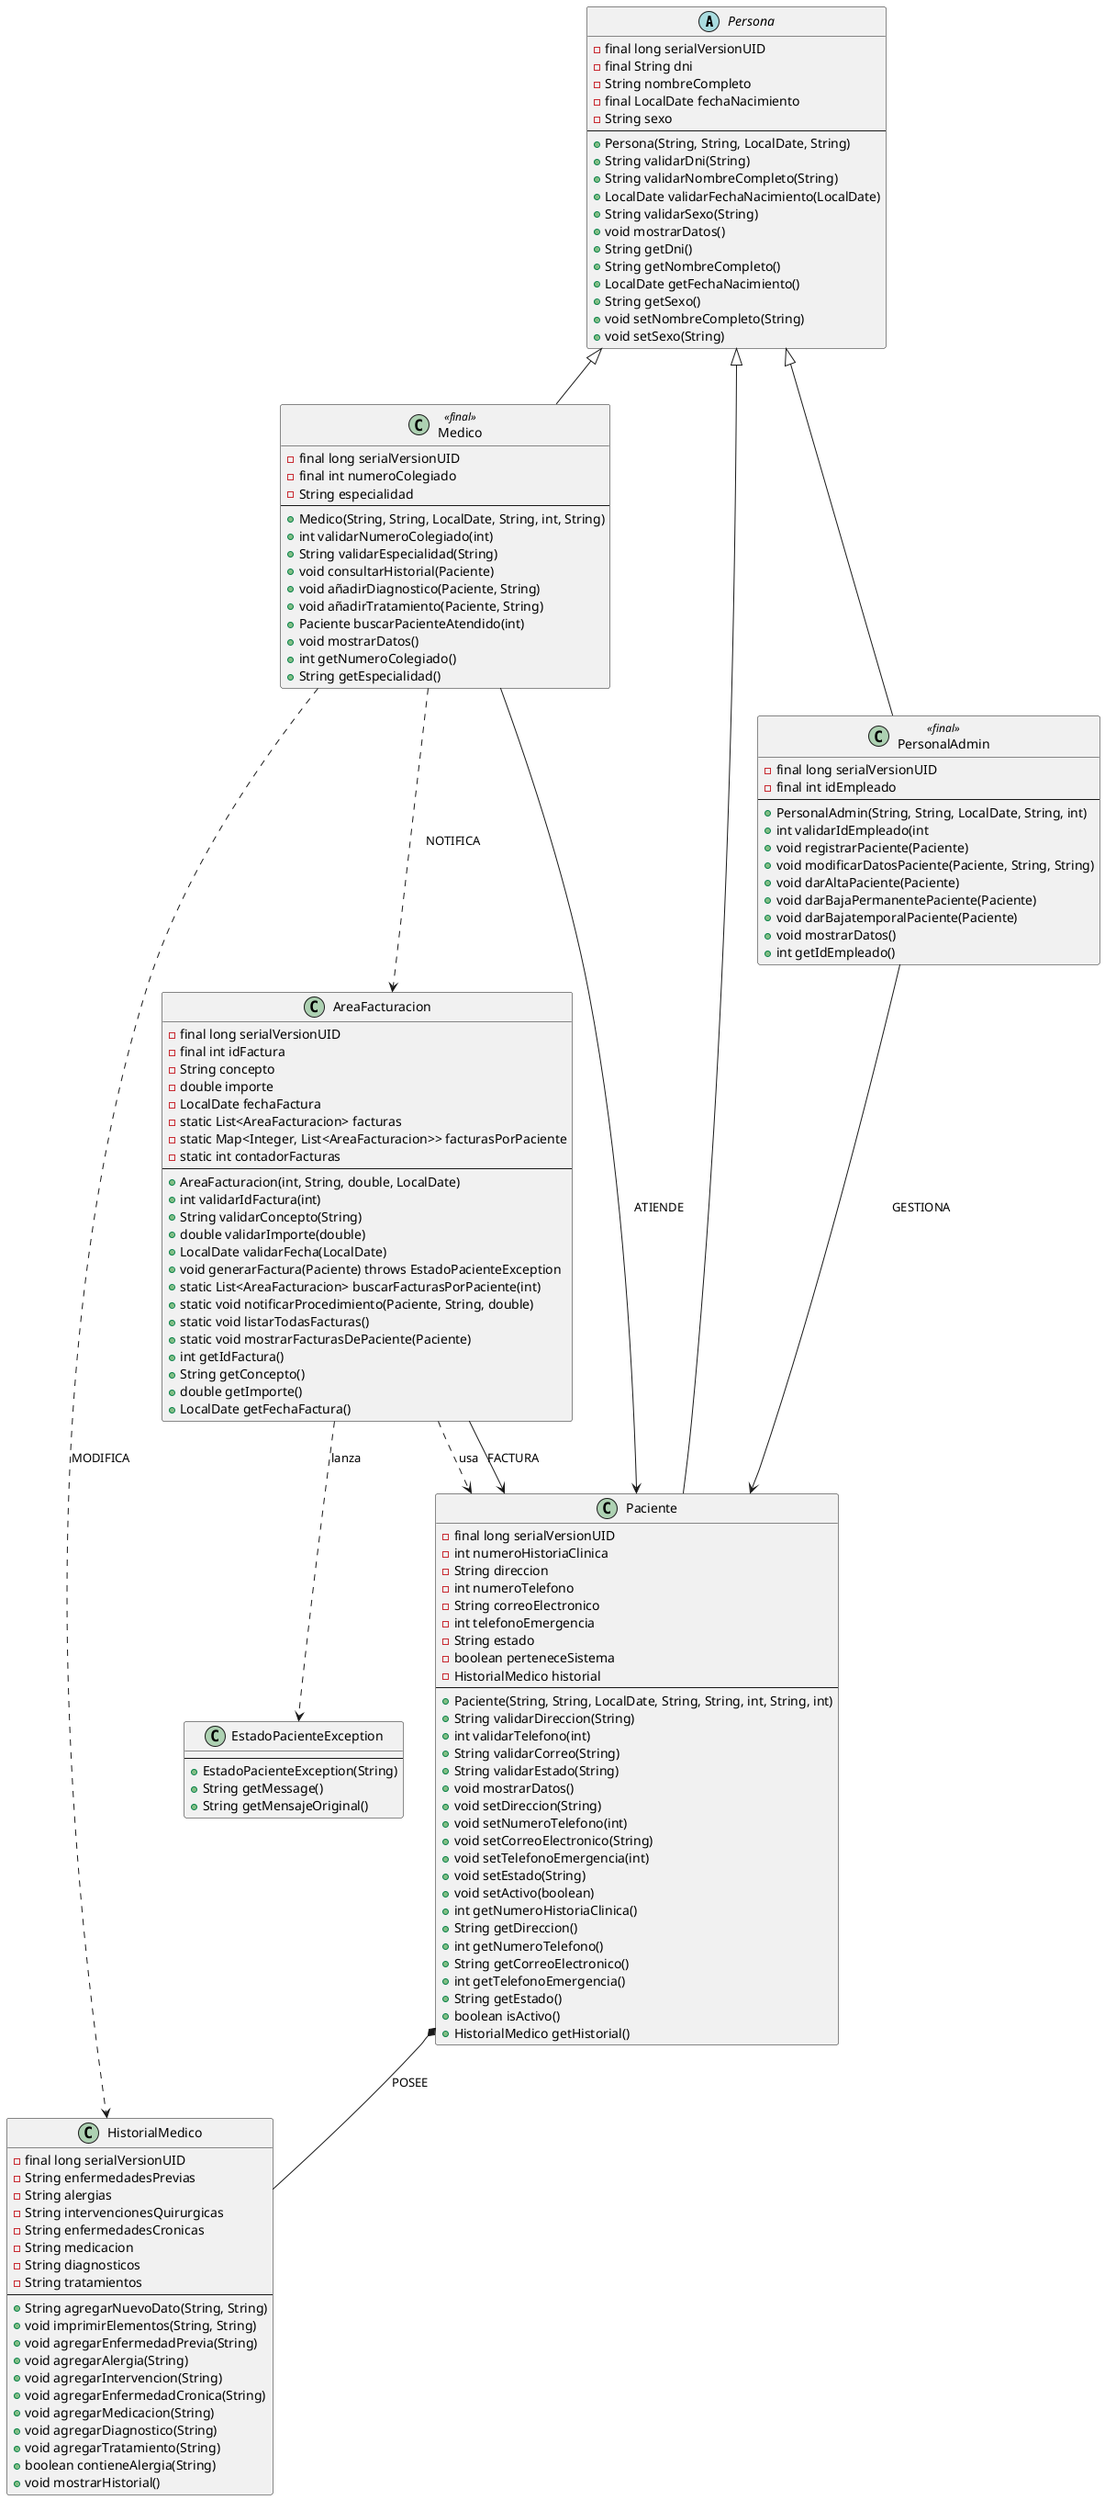
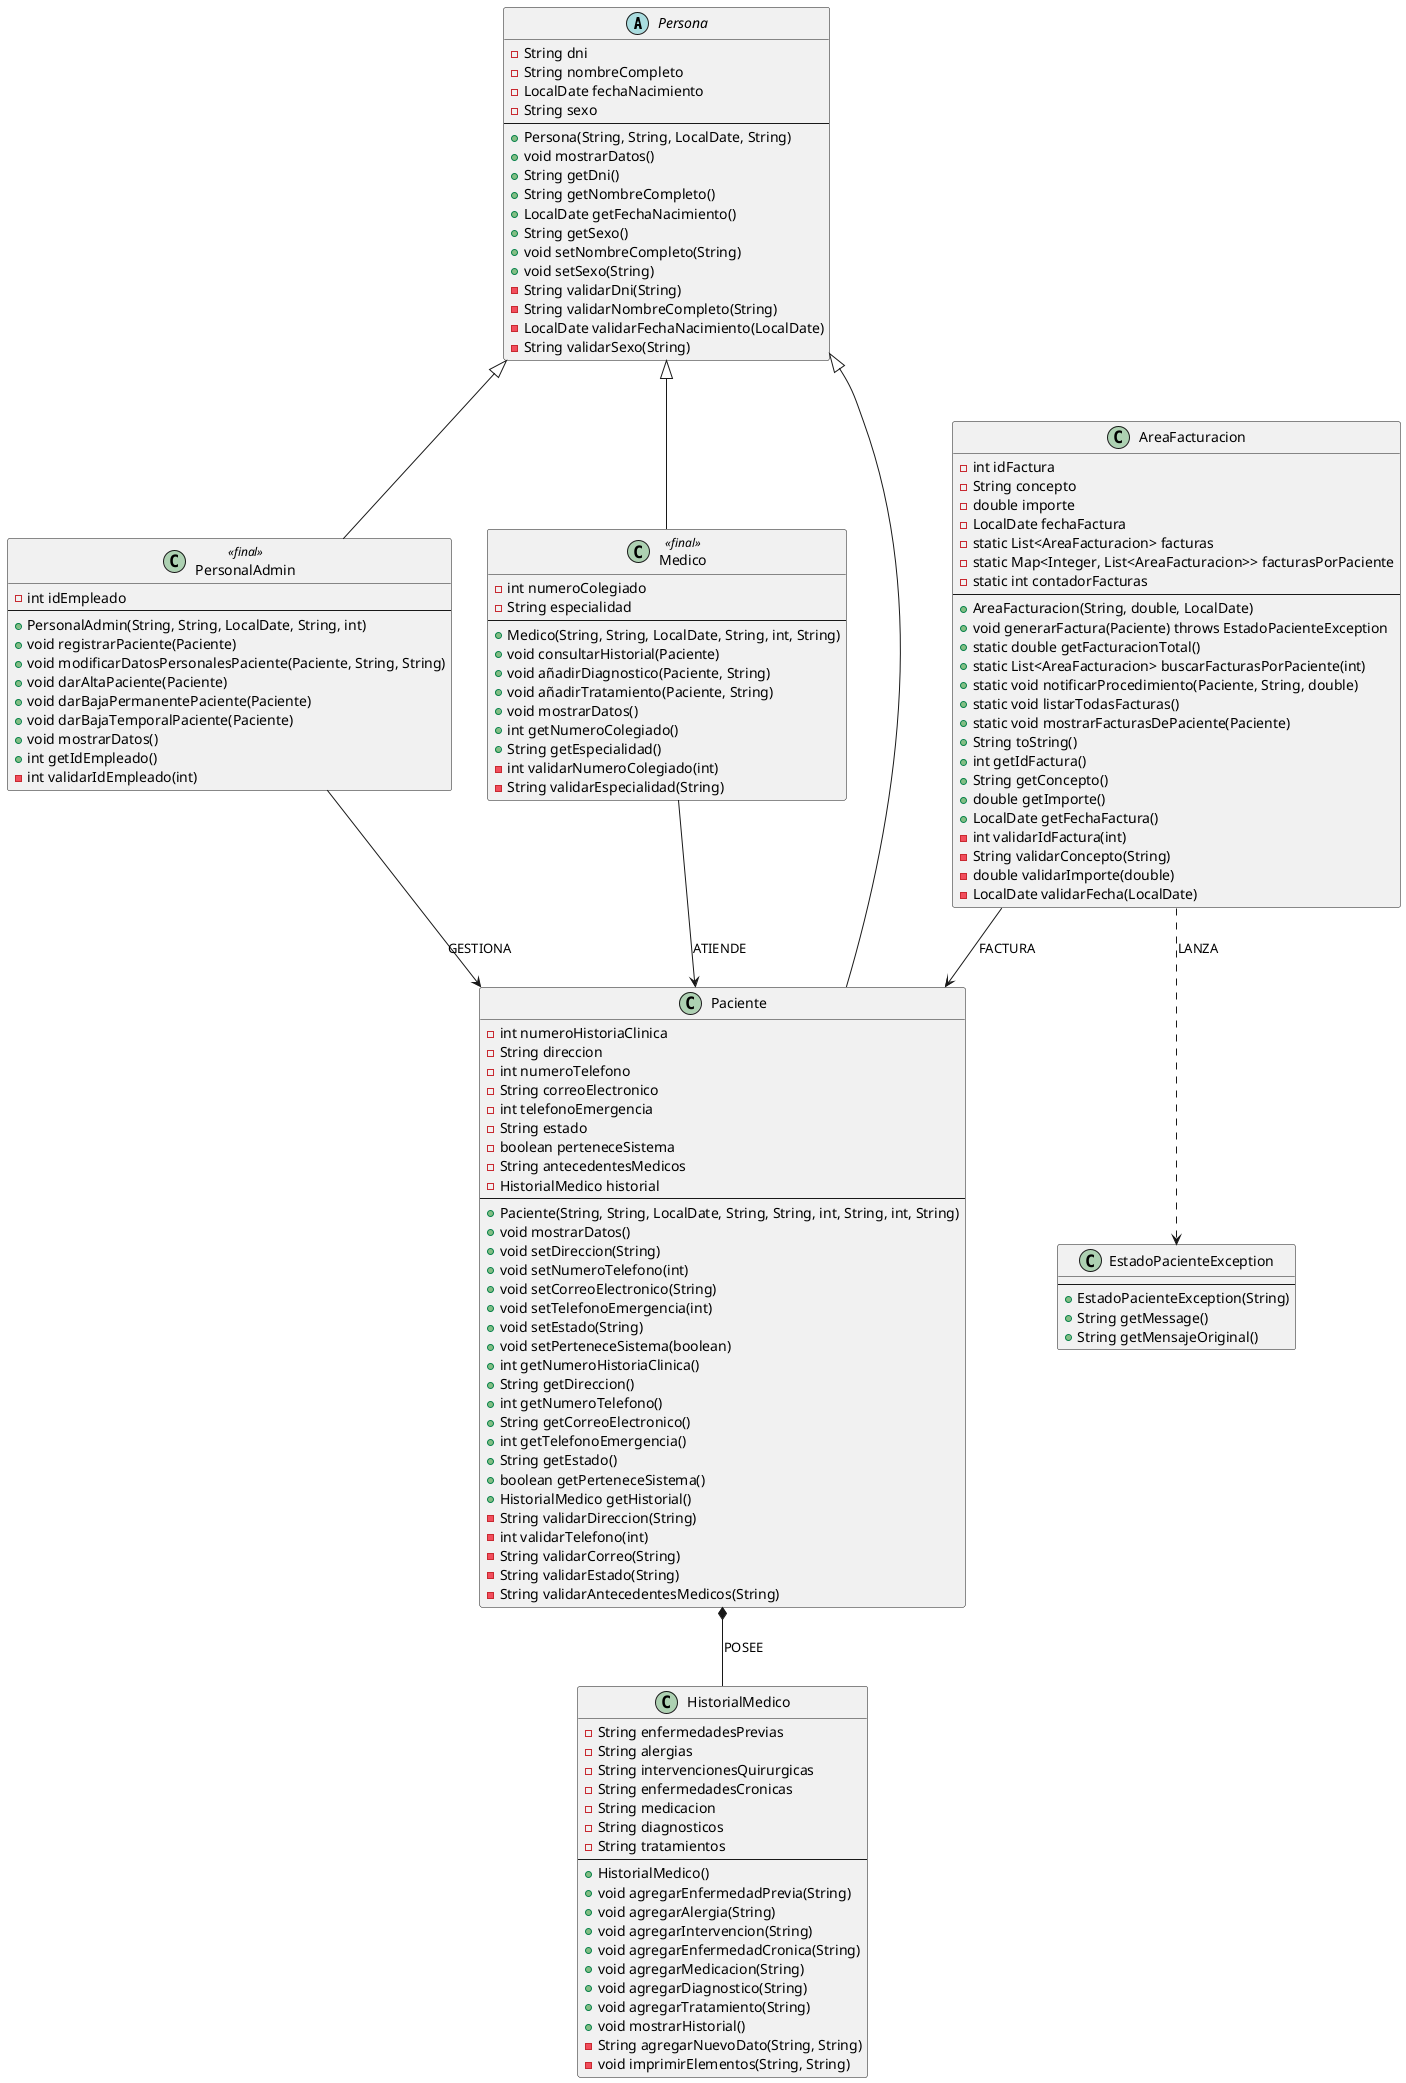
@startuml

' Clase Abstracta Persona

abstract class Persona {
-     - final long serialVersionUID
-     - final String dni
+     - String dni
    - String nombreCompleto
-     - final LocalDate fechaNacimiento
+     - LocalDate fechaNacimiento
    - String sexo
    --
    + Persona(String, String, LocalDate, String)
-     + String validarDni(String)
-     + String validarNombreCompleto(String)
-     + LocalDate validarFechaNacimiento(LocalDate)
-     + String validarSexo(String)
    + void mostrarDatos()
    + String getDni()
    + String getNombreCompleto()
    + LocalDate getFechaNacimiento()
    + String getSexo()
    + void setNombreCompleto(String)
    + void setSexo(String)
+     - String validarDni(String)
+     - String validarNombreCompleto(String)
+     - LocalDate validarFechaNacimiento(LocalDate)
+     - String validarSexo(String)
}

' Clase PersonalAdmin

class PersonalAdmin <<final>> {
-     - final long serialVersionUID
-     - final int idEmpleado
+     - int idEmpleado
    --
    + PersonalAdmin(String, String, LocalDate, String, int)
-     + int validarIdEmpleado(int
    + void registrarPaciente(Paciente)
-     + void modificarDatosPaciente(Paciente, String, String)
+     + void modificarDatosPersonalesPaciente(Paciente, String, String)
    + void darAltaPaciente(Paciente)
    + void darBajaPermanentePaciente(Paciente)
-     + void darBajatemporalPaciente(Paciente)
+     + void darBajaTemporalPaciente(Paciente)
    + void mostrarDatos()
    + int getIdEmpleado()
+     - int validarIdEmpleado(int)
}

' Clase Medico

class Medico <<final>> {
-     - final long serialVersionUID
-     - final int numeroColegiado
+     - int numeroColegiado
    - String especialidad
    --
    + Medico(String, String, LocalDate, String, int, String)
-     + int validarNumeroColegiado(int)
-     + String validarEspecialidad(String)
    + void consultarHistorial(Paciente)
    + void añadirDiagnostico(Paciente, String)
    + void añadirTratamiento(Paciente, String)
-     + Paciente buscarPacienteAtendido(int)
    + void mostrarDatos()
    + int getNumeroColegiado()
    + String getEspecialidad()
+     - int validarNumeroColegiado(int)
+     - String validarEspecialidad(String)
}

' Clase Paciente

class Paciente {
-     - final long serialVersionUID
    - int numeroHistoriaClinica
    - String direccion
    - int numeroTelefono
    - String correoElectronico
    - int telefonoEmergencia
    - String estado
    - boolean perteneceSistema
+     - String antecedentesMedicos
    - HistorialMedico historial
    --
-     + Paciente(String, String, LocalDate, String, String, int, String, int)
-     + String validarDireccion(String)
-     + int validarTelefono(int)
-     + String validarCorreo(String)
-     + String validarEstado(String)
+     + Paciente(String, String, LocalDate, String, String, int, String, int, String)
    + void mostrarDatos()
    + void setDireccion(String)
    + void setNumeroTelefono(int)
    + void setCorreoElectronico(String)
    + void setTelefonoEmergencia(int)
    + void setEstado(String)
-     + void setActivo(boolean)
+     + void setPerteneceSistema(boolean)
    + int getNumeroHistoriaClinica()
    + String getDireccion()
    + int getNumeroTelefono()
    + String getCorreoElectronico()
    + int getTelefonoEmergencia()
    + String getEstado()
-     + boolean isActivo()
+     + boolean getPerteneceSistema()
    + HistorialMedico getHistorial()
+     - String validarDireccion(String)
+     - int validarTelefono(int)
+     - String validarCorreo(String)
+     - String validarEstado(String)
+     - String validarAntecedentesMedicos(String)
}

- ' Clase Historial
+ ' Clase HistorialMedico

class HistorialMedico {
-     - final long serialVersionUID
    - String enfermedadesPrevias
    - String alergias
    - String intervencionesQuirurgicas
    - String enfermedadesCronicas
    - String medicacion
    - String diagnosticos
    - String tratamientos
    --
-     + String agregarNuevoDato(String, String)
-     + void imprimirElementos(String, String)
+     + HistorialMedico()
    + void agregarEnfermedadPrevia(String)
    + void agregarAlergia(String)
    + void agregarIntervencion(String)
    + void agregarEnfermedadCronica(String)
    + void agregarMedicacion(String)
    + void agregarDiagnostico(String)
    + void agregarTratamiento(String)
-     + boolean contieneAlergia(String)
    + void mostrarHistorial()
+     - String agregarNuevoDato(String, String)
+     - void imprimirElementos(String, String)
}

' Clase AreaFacturacion

class AreaFacturacion {
-     - final long serialVersionUID
-     - final int idFactura
+     - int idFactura
    - String concepto
    - double importe
    - LocalDate fechaFactura
    - static List<AreaFacturacion> facturas
    - static Map<Integer, List<AreaFacturacion>> facturasPorPaciente
    - static int contadorFacturas
    --
-     + AreaFacturacion(int, String, double, LocalDate)
-     + int validarIdFactura(int)
-     + String validarConcepto(String)
-     + double validarImporte(double)
-     + LocalDate validarFecha(LocalDate)
+     + AreaFacturacion(String, double, LocalDate)
    + void generarFactura(Paciente) throws EstadoPacienteException
+     + static double getFacturacionTotal()
    + static List<AreaFacturacion> buscarFacturasPorPaciente(int)
    + static void notificarProcedimiento(Paciente, String, double)
    + static void listarTodasFacturas()
    + static void mostrarFacturasDePaciente(Paciente)
+     + String toString()
    + int getIdFactura()
    + String getConcepto()
    + double getImporte()
    + LocalDate getFechaFactura()
+     - int validarIdFactura(int)
+     - String validarConcepto(String)
+     - double validarImporte(double)
+     - LocalDate validarFecha(LocalDate)
}

- ' Excepcion Personalizada (Clase Separada)
+ ' Clase EstadoPacienteException (RuntimeException)

class EstadoPacienteException {
    --
    + EstadoPacienteException(String)
    + String getMessage()
    + String getMensajeOriginal()
}

' Herencias
- 
Persona <|-- PersonalAdmin
Persona <|-- Medico
Persona <|-- Paciente

- ' Composiciones
- 
+ ' Composición (relación fuerte TODO-PARTE)
Paciente *-- HistorialMedico : POSEE

- ' Asociaciones
- 
+ ' Asociaciones (relaciones de uso)
PersonalAdmin --> Paciente : GESTIONA
Medico --> Paciente : ATIENDE
AreaFacturacion --> Paciente : FACTURA

- ' Dependencias
+ ' Dependencia (uso temporal)
+ AreaFacturacion ..> EstadoPacienteException : LANZA

- Medico ..> HistorialMedico : MODIFICA
- Medico ..> AreaFacturacion : NOTIFICA
- AreaFacturacion ..> EstadoPacienteException : lanza
- AreaFacturacion ..> Paciente : usa
- 
- @enduml+ @enduml
